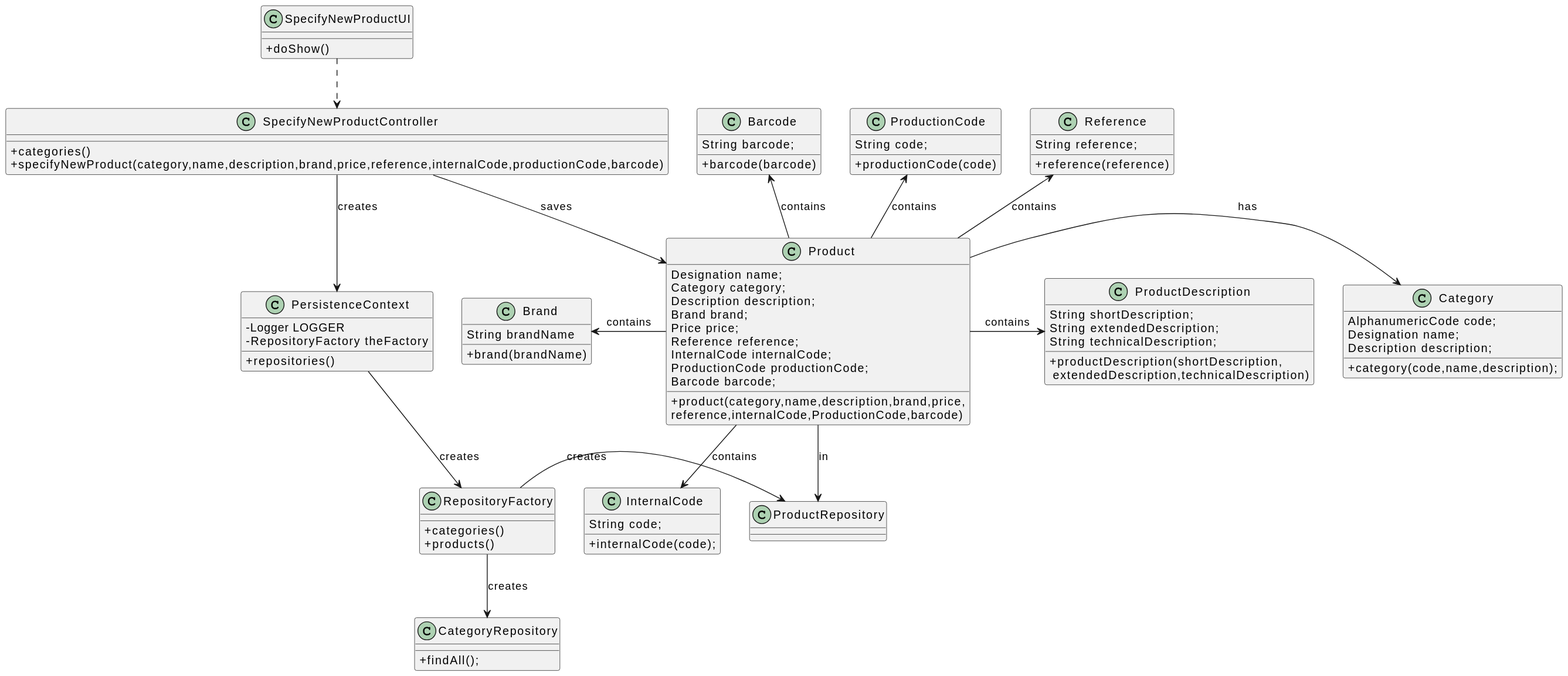
This is docs/1201564/US1001/CD_1001.svg from RuiRioPina/LAPR4-21-22, a PlantUML export, as it was before one commit. Its diagram source:
```plantuml
@startuml
skinparam classAttributeIconSize 0
Class "SpecifyNewProductUI"{
+doShow()
}


class Product {
Designation name;
Category category;
Description description;
Brand brand;
Price price;
Reference reference;
InternalCode internalCode;
ProductionCode productionCode;
Barcode barcode;
+product(category,name,description,brand,price,\nreference,internalCode,ProductionCode,barcode)
}

class Brand {
String brandName
+brand(brandName)
}

class ProductDescription {
String shortDescription;
String extendedDescription;
String technicalDescription;
+productDescription(shortDescription,\n extendedDescription,technicalDescription)
}
class ProductionCode{
String code;
+productionCode(code)
}
class InternalCode{
String code;
+internalCode(code);
}
class Barcode {
String barcode;
+barcode(barcode)
}
class Reference{
String reference;
+reference(reference)
}
class Category {
AlphanumericCode code;
Designation name;
Description description;
+category(code,name,description);
}

Class "SpecifyNewProductController"{
+categories()
+specifyNewProduct(category,name,description,brand,price,reference,internalCode,productionCode,barcode)
}

class PersistenceContext {
-Logger LOGGER
-RepositoryFactory theFactory
+repositories()
}

class RepositoryFactory{
+categories()
+products()
}

class ProductRepository{
}

class CategoryRepository{
+findAll();
}
SpecifyNewProductUI ..> SpecifyNewProductController
SpecifyNewProductController -d-> PersistenceContext : creates
PersistenceContext -d-> RepositoryFactory : creates
RepositoryFactory -d-> CategoryRepository : creates
RepositoryFactory -> ProductRepository : creates
SpecifyNewProductController -d-> Product : saves
Product -l-> Brand : contains
Product -d-> ProductRepository : in
Product -u-> ProductionCode : contains
Product -u-> Barcode : contains
Product -u-> Reference : contains
Product -> Category : has
Product -> ProductDescription : contains
Product -d-> InternalCode : contains
@enduml
```
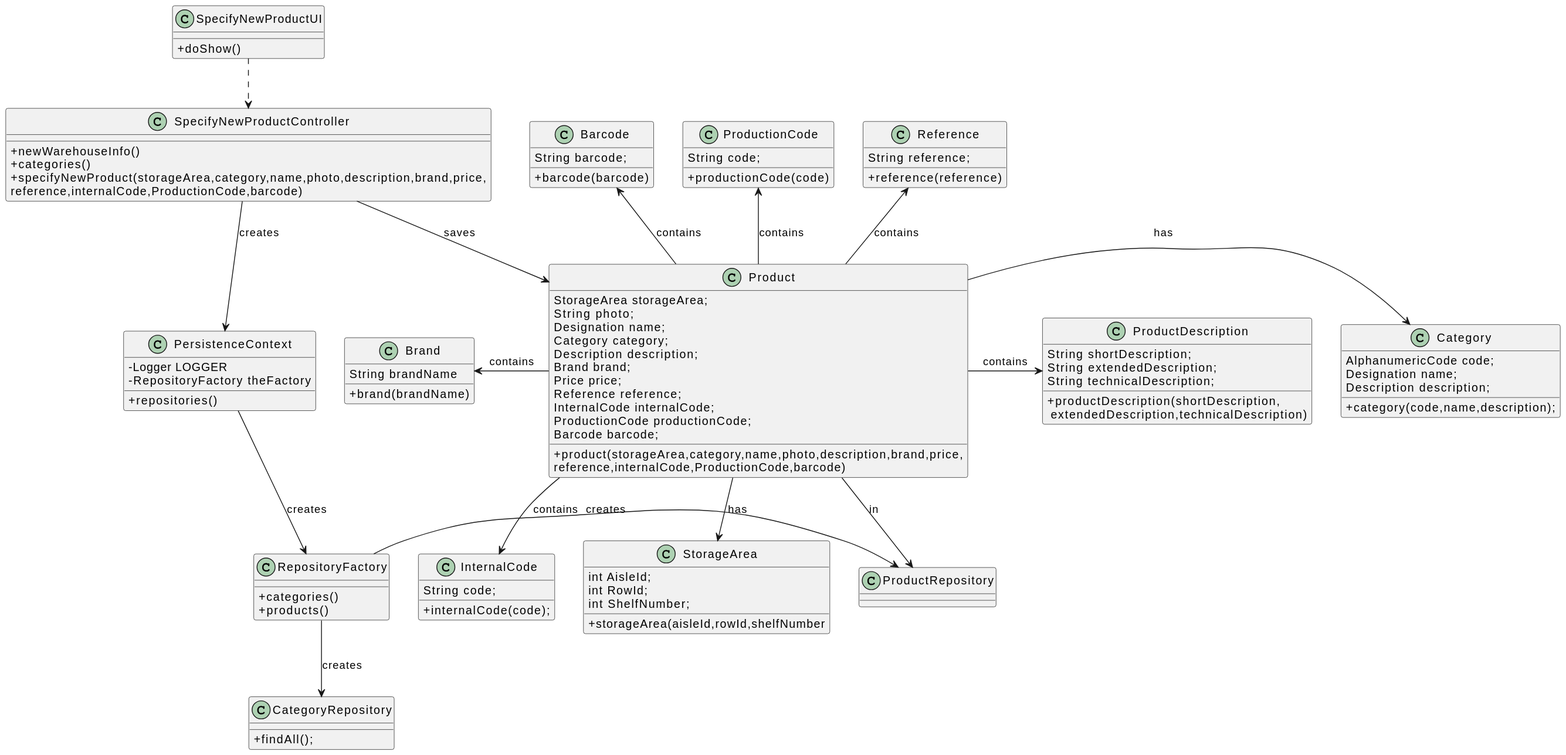
The same diagram one commit later.

Diff of the diagram source:
```diff
@@ -6,6 +6,8 @@
 
 
 class Product {
+StorageArea storageArea;
+String photo;
 Designation name;
 Category category;
 Description description;
@@ -15,7 +17,7 @@
 InternalCode internalCode;
 ProductionCode productionCode;
 Barcode barcode;
-+product(category,name,description,brand,price,\nreference,internalCode,ProductionCode,barcode)
++product(storageArea,category,name,photo,description,brand,price,\nreference,internalCode,ProductionCode,barcode)
 }
 
 class Brand {
@@ -51,10 +53,16 @@
 Description description;
 +category(code,name,description);
 }
-
+class StorageArea {
+int AisleId;
+int RowId;
+int ShelfNumber;
++storageArea(aisleId,rowId,shelfNumber
+}
 Class "SpecifyNewProductController"{
++newWarehouseInfo()
 +categories()
-+specifyNewProduct(category,name,description,brand,price,reference,internalCode,productionCode,barcode)
++specifyNewProduct(storageArea,category,name,photo,description,brand,price,\nreference,internalCode,ProductionCode,barcode)
 }
 
 class PersistenceContext {
@@ -88,4 +96,5 @@
 Product -> Category : has
 Product -> ProductDescription : contains
 Product -d-> InternalCode : contains
+Product -d-> StorageArea : has
 @enduml
```
